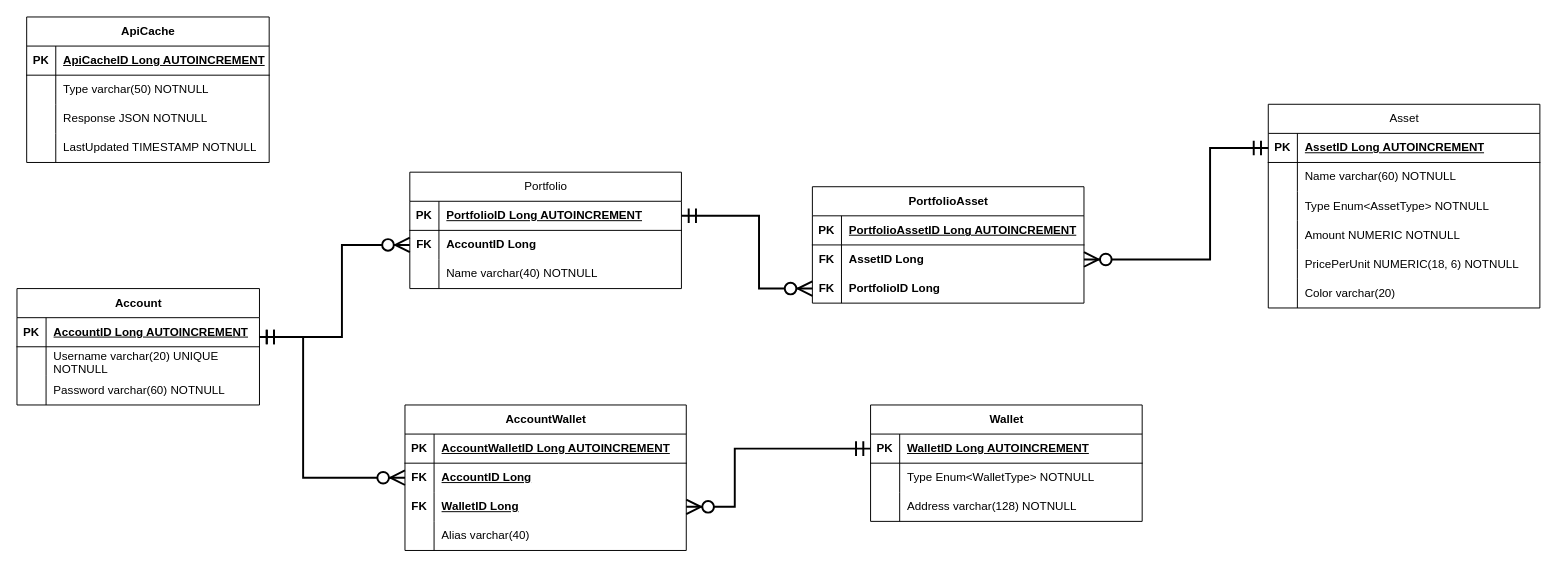
Rozhkov109/panoptium keeps this draw.io diagram as page "ERD" (2 of 4) of documentation/diagrams/Panoptium.drawio. Above is the earlier version. Source tidied: cells renumbered, new cells numbered last; positions are measured from the earlier drawing's top-left corner, leaving out a move shared by most shapes. Both pictures are drawn from the tidied source at 97%, with x=0, y=0 at pixel (16, 16).
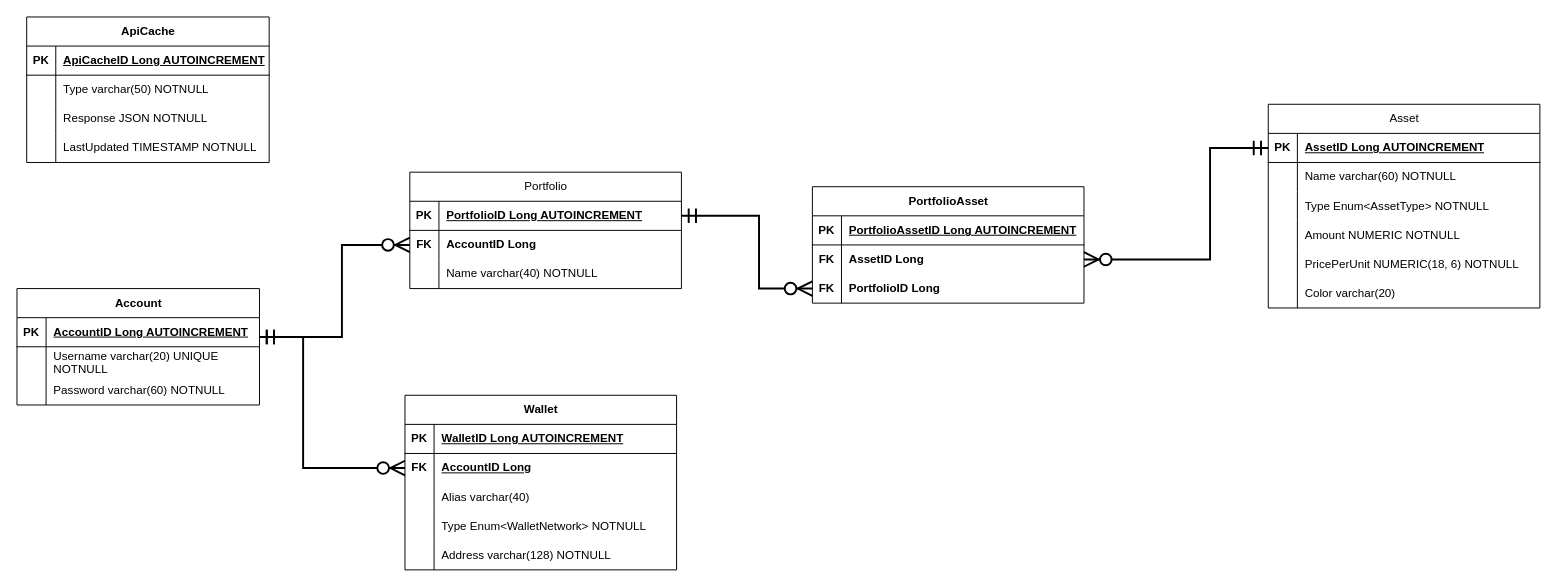
After the change.

The change refers to these unchanged cells:
```xml
<mxCell id="13" style="shape=tableRow;horizontal=0;startSize=0;swimlaneHead=0;swimlaneBody=0;fillColor=none;points=[[0,0.5],[1,0.5]];portConstraint=eastwest;top=0;left=0;right=0;bottom=1;" parent="12" vertex="1">
  <mxGeometry y="30" width="280" height="30" as="geometry" />
</mxCell>
```

What changed in the source:
```diff
@@
     <mxCell id="12" value="Wallet" style="shape=table;startSize=30;childLayout=tableLayout;rowLines=0;fontStyle=1;align=center;html=1;" parent="1" vertex="1">
-      <mxGeometry x="880" y="400" width="280" height="120" as="geometry" />
+      <mxGeometry x="400" y="390" width="280" height="180" as="geometry" />
     </mxCell>
@@
+    <mxCell id="92" style="shape=tableRow;horizontal=0;startSize=0;swimlaneHead=0;swimlaneBody=0;fillColor=none;points=[[0,0.5],[1,0.5]];portConstraint=eastwest;top=0;left=0;right=0;bottom=0;" parent="12" vertex="1">
+      <mxGeometry y="60" width="280" height="30" as="geometry" />
+    </mxCell>
+    <mxCell id="93" value="&lt;b&gt;FK&lt;/b&gt;" style="shape=partialRectangle;fillColor=none;top=0;left=0;bottom=0;right=0;overflow=hidden;whiteSpace=wrap;html=1;" parent="92" vertex="1">
+      <mxGeometry width="30" height="30" as="geometry" />
+    </mxCell>
+    <mxCell id="28" value="&lt;span style=&quot;font-weight: 700; text-decoration-line: underline;&quot;&gt;AccountID Long&lt;/span&gt;" style="shape=partialRectangle;fillColor=none;top=0;left=0;bottom=0;right=0;align=left;spacingLeft=6;overflow=hidden;whiteSpace=wrap;html=1;" parent="92" vertex="1">
+      <mxGeometry x="30" width="250" height="30" as="geometry" />
+    </mxCell>
+    <mxCell id="94" style="shape=tableRow;horizontal=0;startSize=0;swimlaneHead=0;swimlaneBody=0;fillColor=none;top=0;left=0;right=0;bottom=0;" parent="12" vertex="1">
+      <mxGeometry y="90" width="280" height="30" as="geometry" />
+    </mxCell>
+    <mxCell id="33" style="shape=partialRectangle;fillColor=none;top=0;left=0;bottom=0;right=0;overflow=hidden;whiteSpace=wrap;html=1;" parent="94" vertex="1">
+      <mxGeometry width="30" height="30" as="geometry" />
+    </mxCell>
+    <mxCell id="34" value="Alias varchar(40)" style="shape=partialRectangle;fillColor=none;top=0;left=0;bottom=0;right=0;align=left;spacingLeft=6;overflow=hidden;whiteSpace=wrap;html=1;" parent="94" vertex="1">
+      <mxGeometry x="30" width="250" height="30" as="geometry" />
+    </mxCell>
     <mxCell id="16" style="shape=tableRow;horizontal=0;startSize=0;swimlaneHead=0;swimlaneBody=0;fillColor=none;top=0;left=0;right=0;bottom=0;" parent="12" vertex="1">
-      <mxGeometry y="60" width="280" height="30" as="geometry" />
+      <mxGeometry y="120" width="280" height="30" as="geometry" />
     </mxCell>
@@
-    <mxCell id="18" value="Type Enum&amp;lt;WalletType&amp;gt; NOTNULL" style="shape=partialRectangle;fillColor=none;top=0;left=0;bottom=0;right=0;align=left;spacingLeft=6;overflow=hidden;whiteSpace=wrap;html=1;" parent="16" vertex="1">
+    <mxCell id="18" value="Type Enum&amp;lt;WalletNetwork&amp;gt; NOTNULL" style="shape=partialRectangle;fillColor=none;top=0;left=0;bottom=0;right=0;align=left;spacingLeft=6;overflow=hidden;whiteSpace=wrap;html=1;" parent="16" vertex="1">
       <mxGeometry x="30" width="250" height="30" as="geometry" />
     </mxCell>
     <mxCell id="19" style="shape=tableRow;horizontal=0;startSize=0;swimlaneHead=0;swimlaneBody=0;fillColor=none;top=0;left=0;right=0;bottom=0;" parent="12" vertex="1">
-      <mxGeometry y="90" width="280" height="30" as="geometry" />
+      <mxGeometry y="150" width="280" height="30" as="geometry" />
     </mxCell>
@@
-    <mxCell id="22" value="AccountWallet" style="shape=table;startSize=30;childLayout=tableLayout;rowLines=0;fontStyle=1;align=center;html=1;" parent="1" vertex="1">
-      <mxGeometry x="400" y="400" width="290" height="150" as="geometry" />
-    </mxCell>
-    <mxCell id="23" style="shape=tableRow;horizontal=0;startSize=0;swimlaneHead=0;swimlaneBody=0;fillColor=none;top=0;left=0;right=0;bottom=1;" parent="22" vertex="1">
-      <mxGeometry y="30" width="290" height="30" as="geometry" />
-    </mxCell>
-    <mxCell id="24" value="PK" style="shape=partialRectangle;fillColor=none;top=0;left=0;bottom=0;right=0;fontStyle=1;overflow=hidden;whiteSpace=wrap;html=1;" parent="23" vertex="1">
-      <mxGeometry width="30" height="30" as="geometry" />
-    </mxCell>
-    <mxCell id="25" value="AccountWalletID Long AUTOINCREMENT" style="shape=partialRectangle;fillColor=none;top=0;left=0;bottom=0;right=0;align=left;spacingLeft=6;fontStyle=5;overflow=hidden;whiteSpace=wrap;html=1;" parent="23" vertex="1">
-      <mxGeometry x="30" width="260" height="30" as="geometry" />
-    </mxCell>
-    <mxCell id="26" style="shape=tableRow;horizontal=0;startSize=0;swimlaneHead=0;swimlaneBody=0;fillColor=none;points=[[0,0.5],[1,0.5]];portConstraint=eastwest;top=0;left=0;right=0;bottom=0;" parent="22" vertex="1">
-      <mxGeometry y="60" width="290" height="30" as="geometry" />
-    </mxCell>
-    <mxCell id="27" value="&lt;b&gt;FK&lt;/b&gt;" style="shape=partialRectangle;fillColor=none;top=0;left=0;bottom=0;right=0;overflow=hidden;whiteSpace=wrap;html=1;" parent="26" vertex="1">
-      <mxGeometry width="30" height="30" as="geometry" />
-    </mxCell>
-    <mxCell id="28" value="&lt;span style=&quot;font-weight: 700; text-decoration-line: underline;&quot;&gt;AccountID Long&lt;/span&gt;" style="shape=partialRectangle;fillColor=none;top=0;left=0;bottom=0;right=0;align=left;spacingLeft=6;overflow=hidden;whiteSpace=wrap;html=1;" parent="26" vertex="1">
-      <mxGeometry x="30" width="260" height="30" as="geometry" />
-    </mxCell>
-    <mxCell id="29" style="shape=tableRow;horizontal=0;startSize=0;swimlaneHead=0;swimlaneBody=0;fillColor=none;points=[[0,0.5],[1,0.5]];portConstraint=eastwest;top=0;left=0;right=0;bottom=0;" parent="22" vertex="1">
-      <mxGeometry y="90" width="290" height="30" as="geometry" />
-    </mxCell>
-    <mxCell id="30" value="&lt;b&gt;FK&lt;/b&gt;" style="shape=partialRectangle;fillColor=none;top=0;left=0;bottom=0;right=0;overflow=hidden;whiteSpace=wrap;html=1;" parent="29" vertex="1">
-      <mxGeometry width="30" height="30" as="geometry" />
-    </mxCell>
-    <mxCell id="31" value="&lt;span style=&quot;font-weight: 700; text-decoration-line: underline;&quot;&gt;WalletID Long&lt;/span&gt;" style="shape=partialRectangle;fillColor=none;top=0;left=0;bottom=0;right=0;align=left;spacingLeft=6;overflow=hidden;whiteSpace=wrap;html=1;" parent="29" vertex="1">
-      <mxGeometry x="30" width="260" height="30" as="geometry" />
-    </mxCell>
-    <mxCell id="32" style="shape=tableRow;horizontal=0;startSize=0;swimlaneHead=0;swimlaneBody=0;fillColor=none;top=0;left=0;right=0;bottom=0;" parent="22" vertex="1">
-      <mxGeometry y="120" width="290" height="30" as="geometry" />
-    </mxCell>
-    <mxCell id="33" style="shape=partialRectangle;fillColor=none;top=0;left=0;bottom=0;right=0;overflow=hidden;whiteSpace=wrap;html=1;" parent="32" vertex="1">
-      <mxGeometry width="30" height="30" as="geometry" />
-    </mxCell>
-    <mxCell id="34" value="Alias varchar(40)" style="shape=partialRectangle;fillColor=none;top=0;left=0;bottom=0;right=0;align=left;spacingLeft=6;overflow=hidden;whiteSpace=wrap;html=1;" parent="32" vertex="1">
-      <mxGeometry x="30" width="260" height="30" as="geometry" />
-    </mxCell>
@@
-    <mxCell id="78" style="edgeStyle=orthogonalEdgeStyle;fontSize=12;html=1;endArrow=ERzeroToMany;startArrow=ERmandOne;rounded=0;endSize=12;startSize=12;strokeWidth=2;entryX=1;entryY=0.5;entryDx=0;entryDy=0;exitX=0;exitY=0.5;exitDx=0;exitDy=0;" parent="1" edge="1" source="13" target="29">
-      <mxGeometry relative="1" as="geometry">
-        <Array as="points">
-          <mxPoint x="740" y="445" />
-          <mxPoint x="740" y="505" />
-        </Array>
-      </mxGeometry>
-    </mxCell>
@@
-    <mxCell id="80" style="edgeStyle=orthogonalEdgeStyle;fontSize=12;html=1;endArrow=ERzeroToMany;startArrow=ERmandOne;rounded=0;entryX=0;entryY=0.5;entryDx=0;entryDy=0;endSize=12;startSize=12;strokeWidth=2;" parent="1" edge="1" target="26">
+    <mxCell id="80" style="edgeStyle=orthogonalEdgeStyle;fontSize=12;html=1;endArrow=ERzeroToMany;startArrow=ERmandOne;rounded=0;entryX=0;entryY=0.5;entryDx=0;entryDy=0;endSize=12;startSize=12;strokeWidth=2;" parent="1" edge="1" target="92">
       <mxGeometry relative="1" as="geometry">
         <mxPoint x="250" y="330" as="sourcePoint" />
         <Array as="points">
           <mxPoint x="295" y="330" />
-          <mxPoint x="295" y="475" />
+          <mxPoint x="295" y="465" />
         </Array>
       </mxGeometry>
     </mxCell>
```
